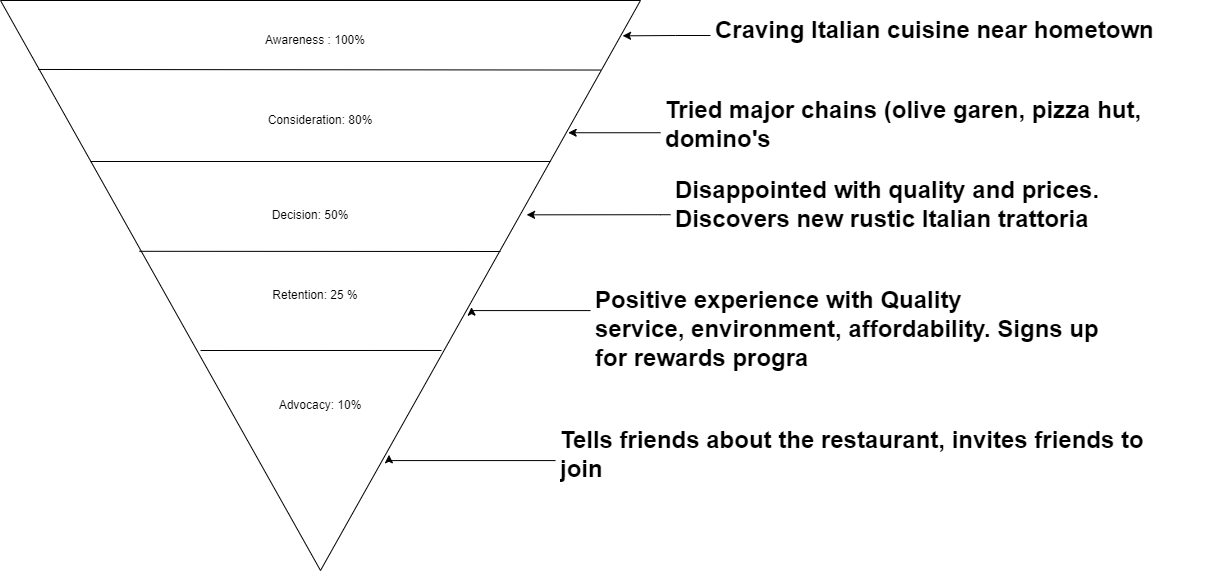
Before: images/SFD.png, a diagram exported from draw.io (DenisCodes/is601-project). Source tidied: cells renumbered, new cells last; positions are measured from the earlier drawing's top-left corner, leaving out a move shared by most shapes.
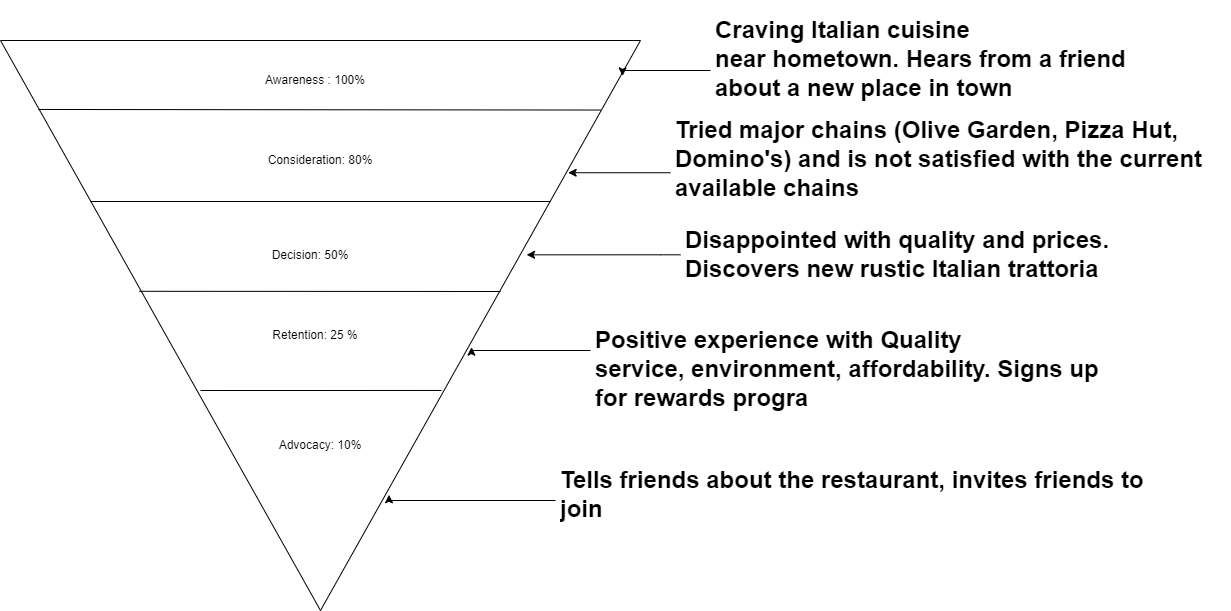
Above is the later version.

Commit message:
update SFD after revision

The edit, as a diff of the source:
```diff
@@ -27,8 +27,8 @@
     <mxCell id="7" value=" Awareness : 100%" style="text;html=1;strokeColor=none;fillColor=none;align=center;verticalAlign=middle;whiteSpace=wrap;rounded=0;" parent="1" vertex="1">
       <mxGeometry x="210" y="45" width="140" height="60" as="geometry" />
     </mxCell>
-    <mxCell id="8" value="&lt;h1&gt;Craving Italian cuisine near&amp;nbsp;hometown  &lt;br&gt;&lt;/h1&gt;" style="text;html=1;strokeColor=none;fillColor=none;spacing=5;spacingTop=-20;whiteSpace=wrap;overflow=hidden;rounded=0;" parent="1" vertex="1">
-      <mxGeometry x="675" y="45" width="450" height="50" as="geometry" />
+    <mxCell id="8" value="&lt;h1&gt;Craving Italian cuisine near&amp;nbsp;hometown. Hears from a friend about a new place in town&lt;br&gt;&lt;/h1&gt;" style="text;html=1;strokeColor=none;fillColor=none;spacing=5;spacingTop=-20;whiteSpace=wrap;overflow=hidden;rounded=0;" parent="1" vertex="1">
+      <mxGeometry x="675" y="5" width="450" height="100" as="geometry" />
     </mxCell>
     <mxCell id="9" value="Consideration: 80%" style="text;html=1;strokeColor=none;fillColor=none;align=center;verticalAlign=middle;whiteSpace=wrap;rounded=0;" parent="1" vertex="1">
       <mxGeometry x="165" y="135" width="240" height="40" as="geometry" />
@@ -43,10 +43,14 @@
       <mxGeometry x="225" y="425" width="120" height="30" as="geometry" />
     </mxCell>
     <mxCell id="13" style="edgeStyle=orthogonalEdgeStyle;rounded=0;jettySize=auto;html=1;entryX=0.062;entryY=0.028;entryDx=0;entryDy=0;entryPerimeter=0;" parent="1" edge="1" source="8" target="2">
-      <mxGeometry relative="1" as="geometry" />
+      <mxGeometry relative="1" as="geometry">
+        <Array as="points">
+          <mxPoint x="587" y="65" />
+        </Array>
+      </mxGeometry>
     </mxCell>
-    <mxCell id="14" value="&lt;h1&gt;Tried major chains (olive garen, pizza hut, domino's&lt;/h1&gt;" style="text;html=1;strokeColor=none;fillColor=none;spacing=5;spacingTop=-20;whiteSpace=wrap;overflow=hidden;rounded=0;" parent="1" vertex="1">
-      <mxGeometry x="625" y="125" width="550" height="120" as="geometry" />
+    <mxCell id="14" value="&lt;h1&gt;Tried major chains (Olive Garden, Pizza Hut, Domino's) and is not satisfied with the current available chains&lt;br&gt;&lt;/h1&gt;" style="text;html=1;strokeColor=none;fillColor=none;spacing=5;spacingTop=-20;whiteSpace=wrap;overflow=hidden;rounded=0;" parent="1" vertex="1">
+      <mxGeometry x="635" y="105" width="550" height="120" as="geometry" />
     </mxCell>
     <mxCell id="15" style="edgeStyle=orthogonalEdgeStyle;rounded=0;jettySize=auto;html=1;entryX=0.232;entryY=0.113;entryDx=0;entryDy=0;entryPerimeter=0;" parent="1" edge="1" source="14" target="2">
       <mxGeometry relative="1" as="geometry">
@@ -57,7 +61,7 @@
       </mxGeometry>
     </mxCell>
     <mxCell id="16" value="&lt;h1&gt;Disappointed with quality and prices. Discovers new rustic Italian trattoria&lt;br&gt;&lt;/h1&gt;" style="text;html=1;strokeColor=none;fillColor=none;spacing=5;spacingTop=-20;whiteSpace=wrap;overflow=hidden;rounded=0;" parent="1" vertex="1">
-      <mxGeometry x="635" y="205" width="550" height="120" as="geometry" />
+      <mxGeometry x="645" y="215" width="550" height="120" as="geometry" />
     </mxCell>
     <mxCell id="17" style="edgeStyle=orthogonalEdgeStyle;rounded=0;jettySize=auto;html=1;entryX=0.376;entryY=0.178;entryDx=0;entryDy=0;entryPerimeter=0;" parent="1" edge="1" source="16" target="2">
       <mxGeometry relative="1" as="geometry">
```
